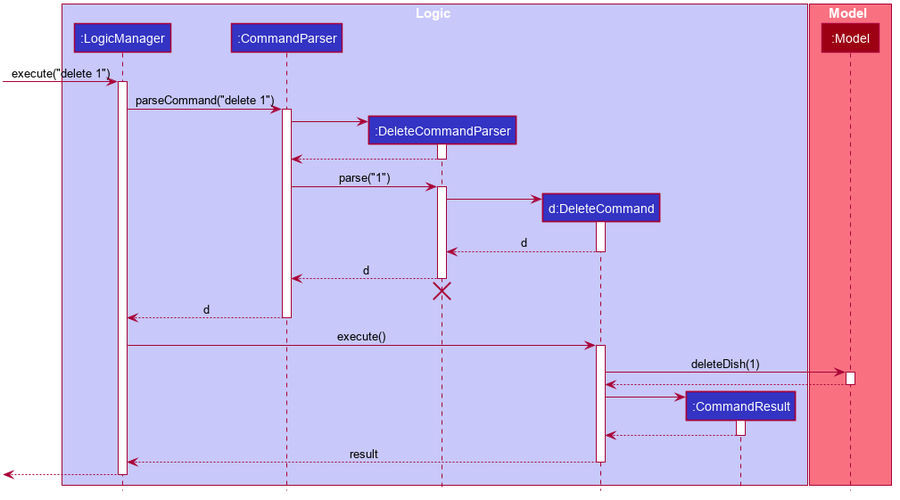
This is docs/images/DeleteSequenceDiagram.png from nus-cs2103-AY1920S1/addressbook-level3, a PlantUML export, as it was before one commit.
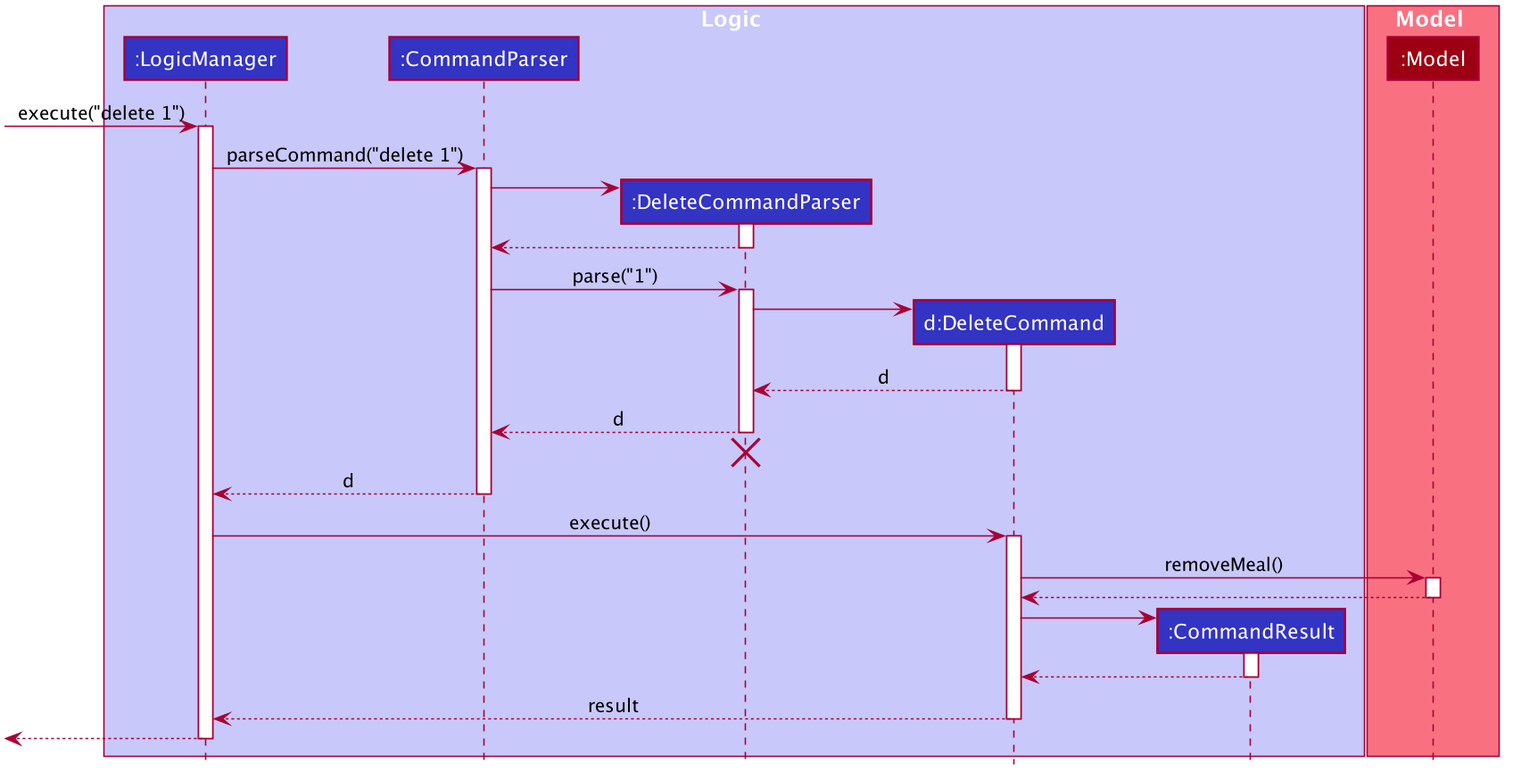
After the change.

The edit, as a diff of the source:
```diff
@@ -1,4 +1,7 @@
 @startuml
+
+
+
 
 
 
@@ -98,7 +101,7 @@
 LogicManager -> DeleteCommand : execute()
 activate DeleteCommand
 
-DeleteCommand -> Model : deleteDish(1)
+DeleteCommand -> Model : removeMeal()
 activate Model
 
 Model --> DeleteCommand
```
